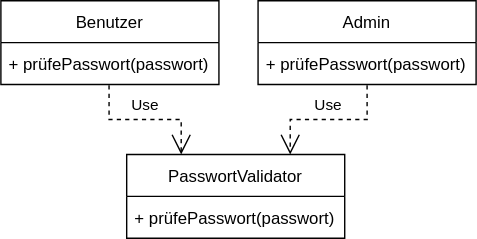
Above: tex/img/VorSRP.svg in xThale/Seminararbeit (draw.io), before the change. Source tidied: cells renumbered, new cells last; positions are measured from the earlier drawing's top-left corner, leaving out a move shared by most shapes.
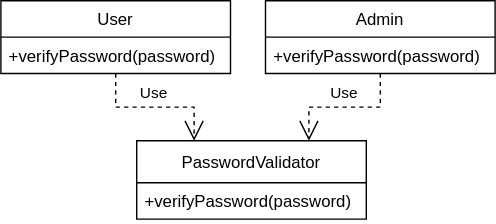
The same file after the commit.

The edit, as a diff of the source:
```diff
@@ -2,29 +2,29 @@
   <root>
     <mxCell id="0" />
     <mxCell id="1" parent="0" />
-    <mxCell id="2" value="Benutzer" style="swimlane;fontStyle=0;horizontal=1;startSize=30;" parent="1" vertex="1">
-      <mxGeometry width="156" height="60" as="geometry" />
-    </mxCell>
-    <mxCell id="3" value="+ prüfePasswort(passwort)" style="text;strokeColor=none;fillColor=none;align=left;verticalAlign=middle;spacingLeft=4;spacingRight=4;overflow=hidden;points=[[0,0.5],[1,0.5]];portConstraint=eastwest;" parent="2" vertex="1">
-      <mxGeometry y="30" width="156" height="30" as="geometry" />
-    </mxCell>
-    <mxCell id="4" value="Admin" style="swimlane;fontStyle=0;horizontal=1;startSize=30;" parent="1" vertex="1">
-      <mxGeometry x="184" width="156" height="60" as="geometry" />
-    </mxCell>
-    <mxCell id="5" value="+ prüfePasswort(passwort)" style="text;strokeColor=none;fillColor=none;align=left;verticalAlign=middle;spacingLeft=4;spacingRight=4;overflow=hidden;points=[[0,0.5],[1,0.5]];portConstraint=eastwest;" parent="4" vertex="1">
-      <mxGeometry y="30" width="156" height="30" as="geometry" />
-    </mxCell>
-    <mxCell id="6" value="PasswortValidator" style="swimlane;fontStyle=0;horizontal=1;startSize=30;" parent="1" vertex="1">
-      <mxGeometry x="90" y="110" width="156" height="60" as="geometry" />
+    <mxCell id="6" value="PasswordValidator" style="swimlane;fontStyle=0;horizontal=1;startSize=30;" parent="1" vertex="1">
+      <mxGeometry x="108" y="-130" width="164" height="56" as="geometry" />
     </mxCell>
-    <mxCell id="7" value="+ prüfePasswort(passwort)" style="text;strokeColor=none;fillColor=none;align=left;verticalAlign=middle;spacingLeft=4;spacingRight=4;overflow=hidden;" parent="6" vertex="1">
-      <mxGeometry y="30" width="156" height="30" as="geometry" />
+    <mxCell id="7" value="+verifyPassword(password)" style="text;strokeColor=none;fillColor=none;align=left;verticalAlign=top;spacingLeft=4;spacingRight=4;overflow=hidden;" parent="6" vertex="1">
+      <mxGeometry y="30" width="164" height="26" as="geometry" />
     </mxCell>
-    <mxCell id="8" value="Use" style="endArrow=open;endSize=12;dashed=1;html=1;rounded=0;edgeStyle=orthogonalEdgeStyle;entryX=0.75;entryY=0;entryDx=0;entryDy=0;exitX=0.5;exitY=1.018;exitDx=0;exitDy=0;exitPerimeter=0;" parent="1" edge="1" source="5" target="6">
+    <mxCell id="8" value="Use" style="endArrow=open;endSize=12;dashed=1;html=1;rounded=0;edgeStyle=orthogonalEdgeStyle;entryX=0.75;entryY=0;entryDx=0;entryDy=0;exitX=0.5;exitY=1;exitDx=0;exitDy=0;" parent="1" edge="1" source="4" target="6">
       <mxGeometry y="-10" relative="1" as="geometry" />
     </mxCell>
-    <mxCell id="9" value="Use" style="endArrow=open;endSize=12;dashed=1;html=1;rounded=0;edgeStyle=orthogonalEdgeStyle;entryX=0.25;entryY=0;entryDx=0;entryDy=0;exitX=0.496;exitY=1.018;exitDx=0;exitDy=0;exitPerimeter=0;" parent="1" edge="1" source="3" target="6">
+    <mxCell id="9" value="Use" style="endArrow=open;endSize=12;dashed=1;html=1;rounded=0;edgeStyle=orthogonalEdgeStyle;entryX=0.25;entryY=0;entryDx=0;entryDy=0;exitX=0.5;exitY=1;exitDx=0;exitDy=0;" parent="1" edge="1" source="10" target="6">
       <mxGeometry x="-0.01" y="10" relative="1" as="geometry" />
     </mxCell>
+    <mxCell id="10" value="User" style="swimlane;fontStyle=0;horizontal=1;startSize=26;" parent="1" vertex="1">
+      <mxGeometry x="11" y="-230" width="164" height="52" as="geometry" />
+    </mxCell>
+    <mxCell id="11" value="+verifyPassword(password)" style="text;strokeColor=none;fillColor=none;align=left;verticalAlign=top;spacingLeft=4;spacingRight=4;overflow=hidden;" parent="10" vertex="1">
+      <mxGeometry y="26" width="164" height="26" as="geometry" />
+    </mxCell>
+    <mxCell id="4" value="Admin" style="swimlane;fontStyle=0;horizontal=1;startSize=26;" parent="1" vertex="1">
+      <mxGeometry x="200" y="-230" width="164" height="52" as="geometry" />
+    </mxCell>
+    <mxCell id="12" value="+verifyPassword(password)" style="text;strokeColor=none;fillColor=none;align=left;verticalAlign=top;spacingLeft=4;spacingRight=4;overflow=hidden;" parent="4" vertex="1">
+      <mxGeometry y="26" width="164" height="26" as="geometry" />
+    </mxCell>
   </root>
 </mxGraphModel>
```
